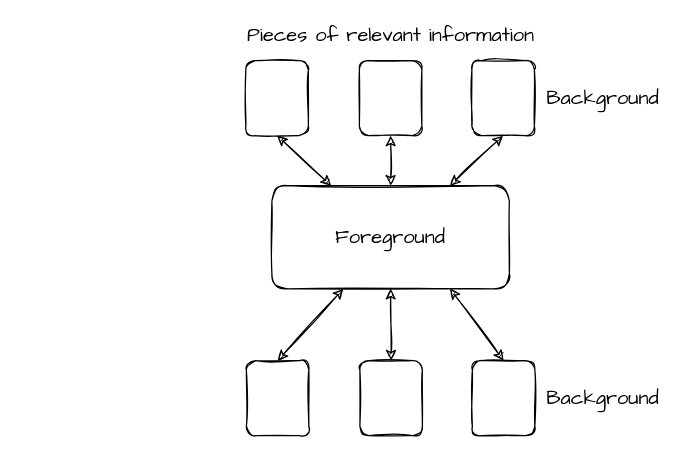
Before: img_sources/consciousness.drawio in vicaba/making-meaning-blog, a draw.io diagram. Source tidied: cells renumbered, new cells numbered last; positions are measured from the earlier drawing's top-left corner, leaving out a move shared by most shapes. Both pictures are drawn from the tidied source at 125%, with x=0, y=0 at pixel (240, 22).
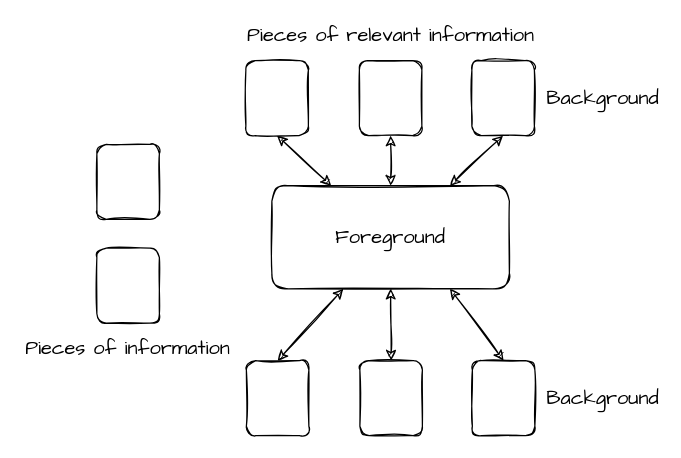
The same page after the edit.

Diff of the diagram source:
```diff
@@
+    <mxCell id="18" style="rounded=1;whiteSpace=wrap;html=1;sketch=1;" parent="1" vertex="1">
+      <mxGeometry x="-115" y="180" width="50" height="60" as="geometry" />
+    </mxCell>
+    <mxCell id="19" style="rounded=1;whiteSpace=wrap;html=1;sketch=1;" parent="1" vertex="1">
+      <mxGeometry x="-115" y="97" width="50" height="60" as="geometry" />
+    </mxCell>
+    <mxCell id="20" value="Pieces of information" style="text;html=1;strokeColor=none;fillColor=none;align=center;verticalAlign=middle;whiteSpace=wrap;rounded=0;fontSize=16;fontFamily=Comic Sans MS;" parent="1" vertex="1">
+      <mxGeometry x="-175" y="250" width="170" height="20" as="geometry" />
+    </mxCell>
```
